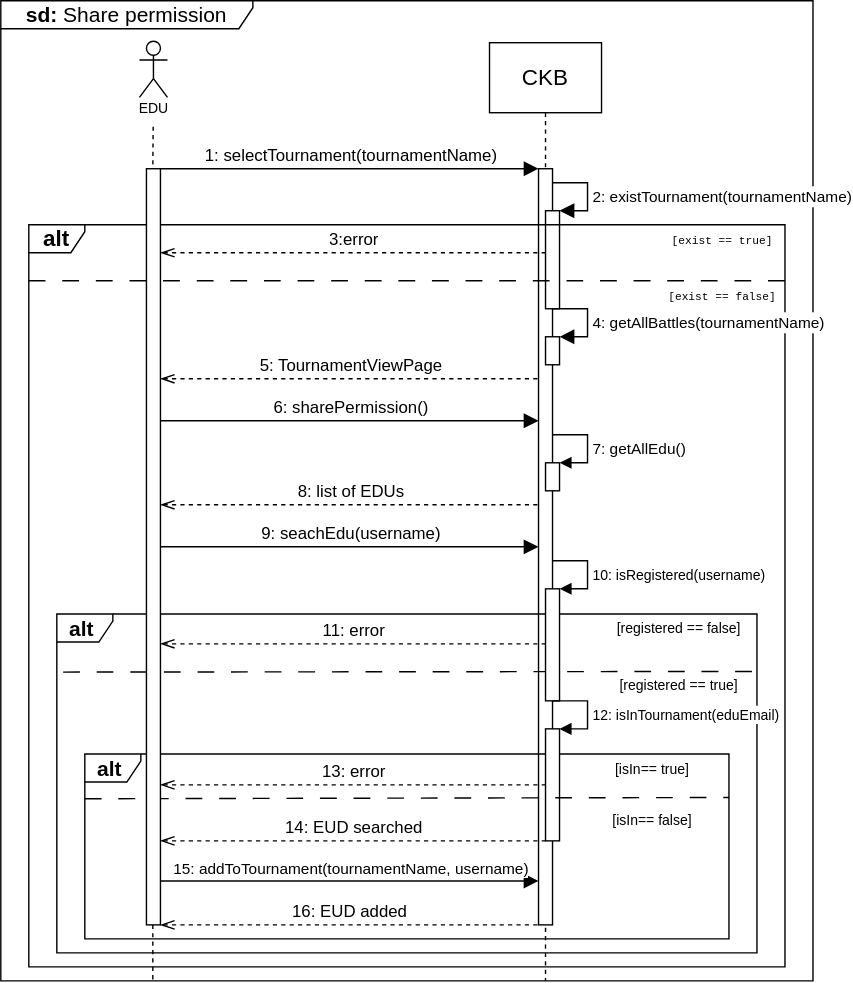
This is RASD/images/sequence_diagrams/.svg/Share_Permission.svg from pontig/sw-eng-2-PasiniPontiggiaStasi, a draw.io export, as it was before one commit. Source tidied: cells renumbered, new cells last; positions are measured from the earlier drawing's top-left corner, leaving out a move shared by most shapes.
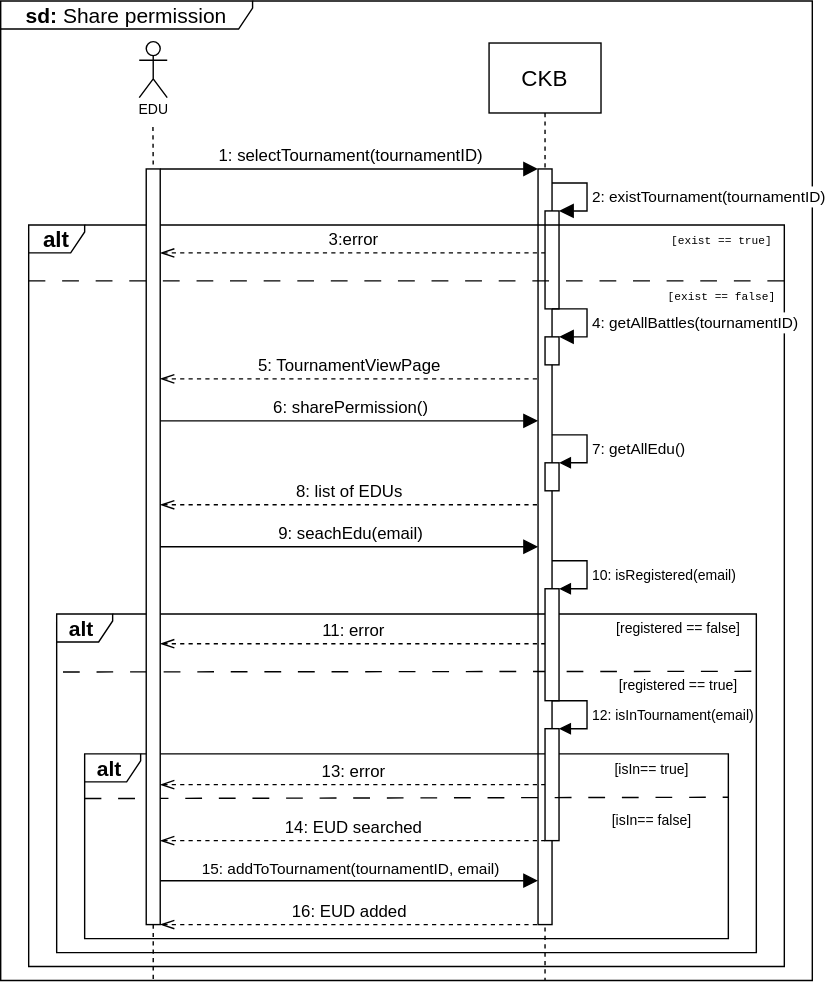
Later version of the same file.

Diff of the diagram source:
```diff
@@ -19,7 +19,7 @@
         <mxPoint x="108.8" y="700" as="targetPoint" />
       </mxGeometry>
     </mxCell>
-    <mxCell id="7" value="1: selectTournament(tournamentName)" style="html=1;verticalAlign=bottom;endArrow=block;curved=0;rounded=0;fontSize=12;startSize=8;endSize=8;" parent="1" edge="1">
+    <mxCell id="7" value="1: selectTournament(tournamentID)" style="html=1;verticalAlign=bottom;endArrow=block;curved=0;rounded=0;fontSize=12;startSize=8;endSize=8;" parent="1" edge="1">
       <mxGeometry relative="1" as="geometry">
         <mxPoint x="114" y="120" as="sourcePoint" />
         <mxPoint x="384" y="120" as="targetPoint" />
@@ -69,7 +69,7 @@
     <mxCell id="17" style="html=1;points=[[0,0,0,0,5],[0,1,0,0,-5],[1,0,0,0,5],[1,1,0,0,-5]];perimeter=orthogonalPerimeter;outlineConnect=0;targetShapes=umlLifeline;portConstraint=eastwest;newEdgeStyle={&quot;curved&quot;:0,&quot;rounded&quot;:0};" parent="1" vertex="1">
       <mxGeometry x="389" y="420" width="10" height="80" as="geometry" />
     </mxCell>
-    <mxCell id="18" value="&lt;font style=&quot;font-size: 10px;&quot;&gt;10: isRegistered(username)&lt;/font&gt;" style="html=1;align=left;spacingLeft=2;endArrow=block;rounded=0;edgeStyle=orthogonalEdgeStyle;curved=0;rounded=0;" parent="1" edge="1" target="17">
+    <mxCell id="18" value="&lt;font style=&quot;font-size: 10px;&quot;&gt;10: isRegistered(email)&lt;/font&gt;" style="html=1;align=left;spacingLeft=2;endArrow=block;rounded=0;edgeStyle=orthogonalEdgeStyle;curved=0;rounded=0;" parent="1" edge="1" target="17">
       <mxGeometry x="0.08" relative="1" as="geometry">
         <mxPoint x="394" y="400" as="sourcePoint" />
         <Array as="points">
@@ -95,13 +95,13 @@
         <mxPoint x="384" y="360" as="targetPoint" />
       </mxGeometry>
     </mxCell>
-    <mxCell id="22" value="9: seachEdu(username)" style="html=1;verticalAlign=bottom;endArrow=block;curved=0;rounded=0;fontSize=12;startSize=8;endSize=8;exitX=0.563;exitY=0.002;exitDx=0;exitDy=0;exitPerimeter=0;" parent="1" edge="1">
+    <mxCell id="22" value="9: seachEdu(email)" style="html=1;verticalAlign=bottom;endArrow=block;curved=0;rounded=0;fontSize=12;startSize=8;endSize=8;exitX=0.563;exitY=0.002;exitDx=0;exitDy=0;exitPerimeter=0;" parent="1" edge="1">
       <mxGeometry x="0.01" relative="1" as="geometry">
         <mxPoint x="114" y="390" as="sourcePoint" />
         <mxPoint x="384" y="390" as="targetPoint" />
       </mxGeometry>
     </mxCell>
-    <mxCell id="23" value="&lt;font style=&quot;font-size: 11px;&quot;&gt;15: addToTournament(tournamentName, username)&lt;/font&gt;" style="html=1;verticalAlign=bottom;endArrow=block;curved=0;rounded=0;fontSize=12;startSize=8;endSize=8;exitX=0.563;exitY=0.002;exitDx=0;exitDy=0;exitPerimeter=0;" parent="1" edge="1">
+    <mxCell id="23" value="&lt;font style=&quot;font-size: 11px;&quot;&gt;15: addToTournament(tournamentID, email)&lt;/font&gt;" style="html=1;verticalAlign=bottom;endArrow=block;curved=0;rounded=0;fontSize=12;startSize=8;endSize=8;exitX=0.563;exitY=0.002;exitDx=0;exitDy=0;exitPerimeter=0;" parent="1" edge="1">
       <mxGeometry x="0.01" relative="1" as="geometry">
         <mxPoint x="114" y="628.6" as="sourcePoint" />
         <mxPoint x="384" y="628.6" as="targetPoint" />
@@ -119,7 +119,7 @@
     <mxCell id="26" style="html=1;perimeter=orthogonalPerimeter;targetShapes=umlLifeline;newEdgeStyle={&quot;curved&quot;:0,&quot;rounded&quot;:0};" parent="1" vertex="1">
       <mxGeometry x="389" y="520" width="10" height="80" as="geometry" />
     </mxCell>
-    <mxCell id="27" value="&lt;font style=&quot;font-size: 10px;&quot;&gt;12: isInTournament(eduEmail)&lt;/font&gt;" style="html=1;align=left;spacingLeft=2;endArrow=block;rounded=0;edgeStyle=orthogonalEdgeStyle;curved=0;rounded=0;" parent="1" edge="1">
+    <mxCell id="27" value="&lt;font style=&quot;font-size: 10px;&quot;&gt;12: isInTournament(email)&lt;/font&gt;" style="html=1;align=left;spacingLeft=2;endArrow=block;rounded=0;edgeStyle=orthogonalEdgeStyle;curved=0;rounded=0;" parent="1" edge="1">
       <mxGeometry x="0.08" relative="1" as="geometry">
         <mxPoint x="394" y="500" as="sourcePoint" />
         <mxPoint x="399" y="520" as="targetPoint" />
@@ -150,7 +150,7 @@
     <mxCell id="32" style="html=1;points=[[0,0,0,0,5],[0,1,0,0,-5],[1,0,0,0,5],[1,1,0,0,-5]];perimeter=orthogonalPerimeter;outlineConnect=0;targetShapes=umlLifeline;portConstraint=eastwest;newEdgeStyle={&quot;curved&quot;:0,&quot;rounded&quot;:0};fontSize=16;" parent="1" vertex="1">
       <mxGeometry x="389" y="150" width="10" height="70" as="geometry" />
     </mxCell>
-    <mxCell id="33" value="&lt;font style=&quot;font-size: 11px;&quot;&gt;2: existTournament(tournamentName)&lt;/font&gt;" style="html=1;align=left;spacingLeft=2;endArrow=block;rounded=0;edgeStyle=orthogonalEdgeStyle;curved=0;rounded=0;fontSize=12;startSize=8;endSize=8;" parent="1" edge="1">
+    <mxCell id="33" value="&lt;font style=&quot;font-size: 11px;&quot;&gt;2: existTournament(tournamentID)&lt;/font&gt;" style="html=1;align=left;spacingLeft=2;endArrow=block;rounded=0;edgeStyle=orthogonalEdgeStyle;curved=0;rounded=0;fontSize=12;startSize=8;endSize=8;" parent="1" edge="1">
       <mxGeometry x="0.08" relative="1" as="geometry">
         <mxPoint x="394" y="130" as="sourcePoint" />
         <mxPoint x="399" y="150" as="targetPoint" />
@@ -172,7 +172,7 @@
     <mxCell id="36" style="html=1;points=[[0,0,0,0,5],[0,1,0,0,-5],[1,0,0,0,5],[1,1,0,0,-5]];perimeter=orthogonalPerimeter;outlineConnect=0;targetShapes=umlLifeline;portConstraint=eastwest;newEdgeStyle={&quot;curved&quot;:0,&quot;rounded&quot;:0};fontSize=16;" parent="1" vertex="1">
       <mxGeometry x="389" y="240" width="10" height="20" as="geometry" />
     </mxCell>
-    <mxCell id="37" value="&lt;font style=&quot;font-size: 11px;&quot;&gt;4: getAllBattles(tournamentName)&lt;/font&gt;" style="html=1;align=left;spacingLeft=2;endArrow=block;rounded=0;edgeStyle=orthogonalEdgeStyle;curved=0;rounded=0;fontSize=12;startSize=8;endSize=8;" parent="1" edge="1" target="36">
+    <mxCell id="37" value="&lt;font style=&quot;font-size: 11px;&quot;&gt;4: getAllBattles(tournamentID)&lt;/font&gt;" style="html=1;align=left;spacingLeft=2;endArrow=block;rounded=0;edgeStyle=orthogonalEdgeStyle;curved=0;rounded=0;fontSize=12;startSize=8;endSize=8;" parent="1" edge="1" target="36">
       <mxGeometry x="0.08" relative="1" as="geometry">
         <mxPoint x="394" y="220" as="sourcePoint" />
         <Array as="points">
```
